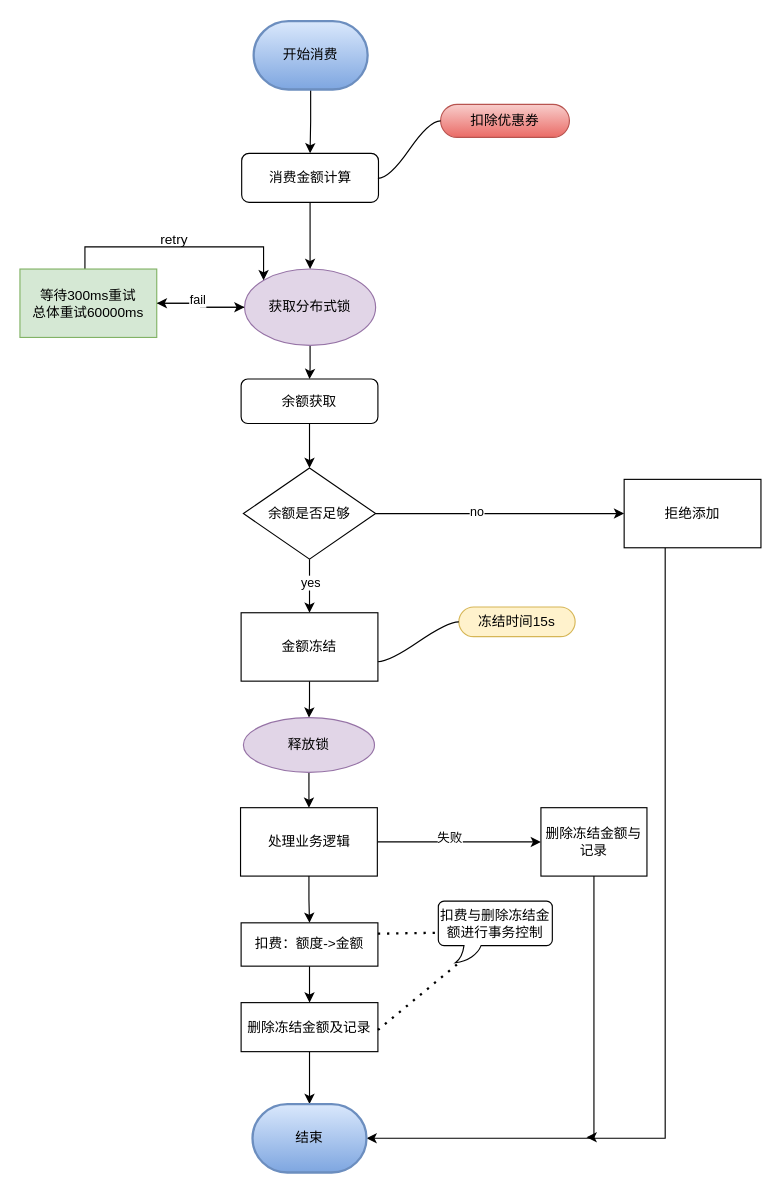
This is 并发扣费.drawio from IrvingLiang/Demo, a draw.io file, before an edit. Source tidied: cells renumbered, new cells numbered last; positions are measured from the earlier drawing's top-left corner, leaving out a move shared by most shapes. Both pictures are drawn from the tidied source at 114%, with x=0, y=0 at pixel (19, 21).
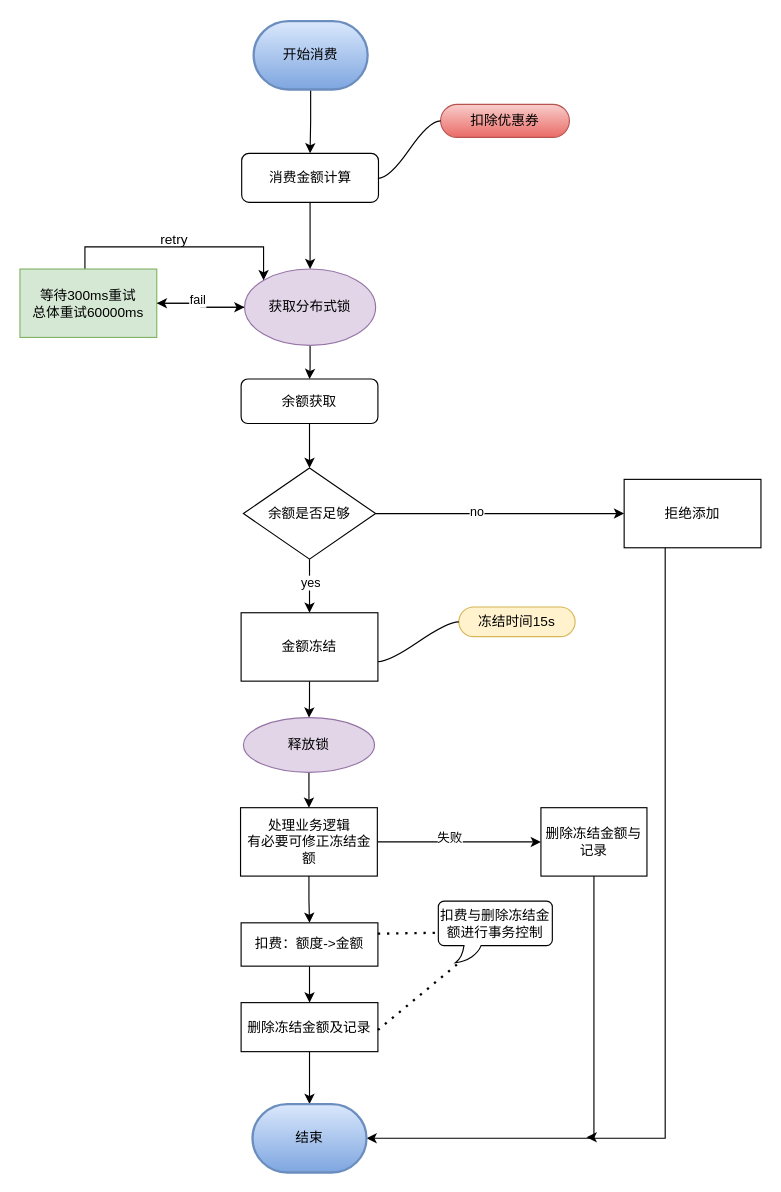
After the change.

The edit, as a diff of the source:
```diff
@@
-    <mxCell id="42" value="处理业务逻辑" style="whiteSpace=wrap;html=1;" parent="1" vertex="1">
+    <mxCell id="42" value="处理业务逻辑&lt;br&gt;有必要可修正冻结金额" style="whiteSpace=wrap;html=1;" parent="1" vertex="1">
       <mxGeometry x="193.5" y="690" width="120" height="60" as="geometry" />
     </mxCell>
```
